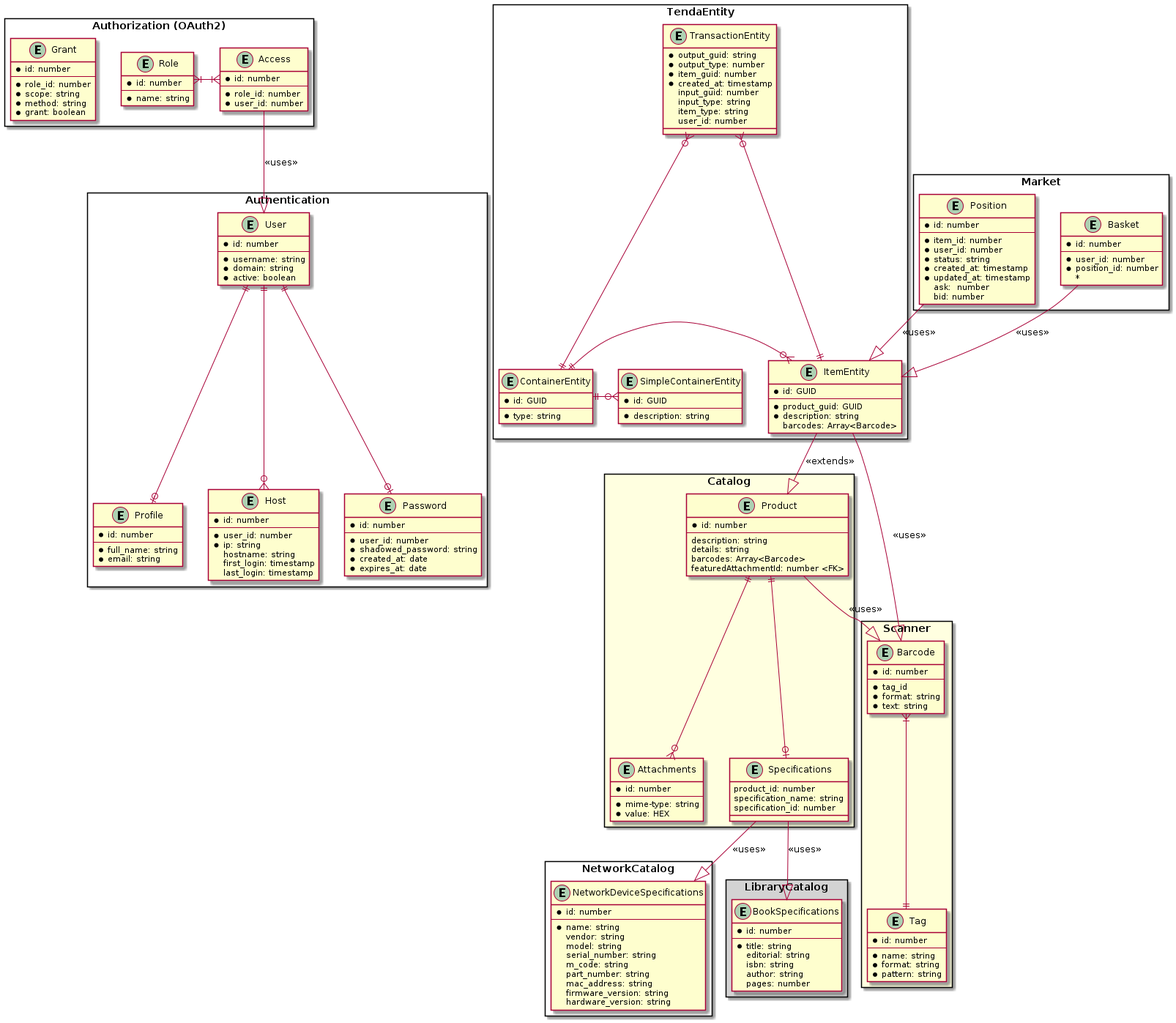
Earlier version of the PlantUML export dev/entities.png (emirhg/inventarium).
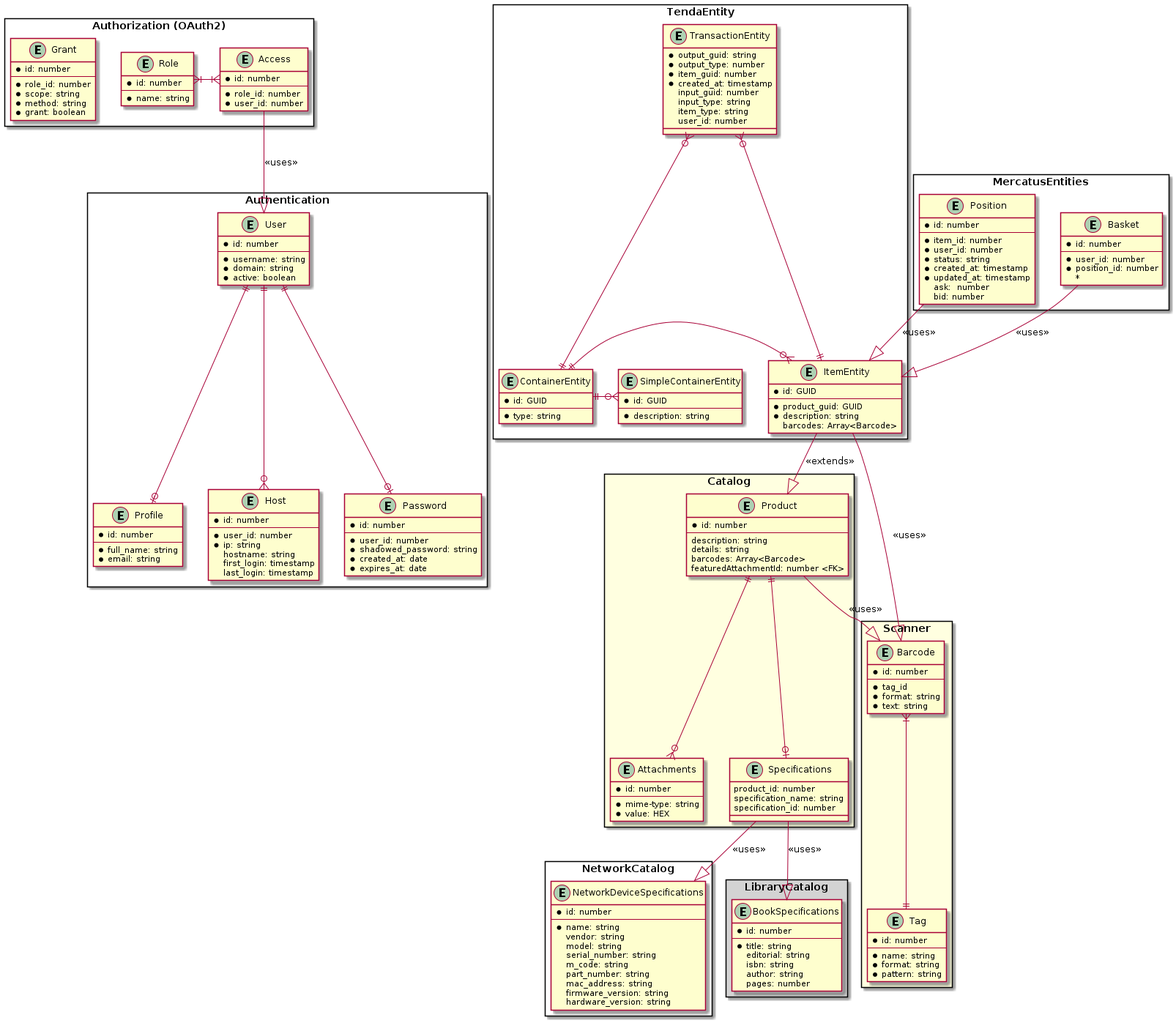
Later version of the same file.

Diff of the diagram source:
```diff
@@ -1,7 +1,7 @@
 @startuml
   !include packages/entities/authentication.puml
   !include packages/entities/authorization.puml
-  !include packages/entities/market.puml
+  !include packages/entities/mercatus.puml
   !include packages/entities/catalog.puml
   !include packages/entities/network-catalog.puml
   !include packages/entities/library-catalog.puml
```
